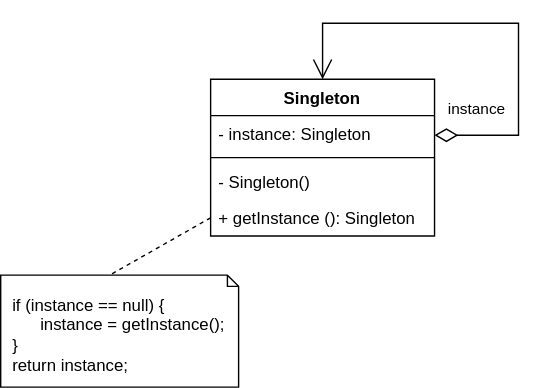
This is assets/images/singleton.svg from arashethis/design-pattern, a draw.io export, as it was before one commit. Source tidied: cells renumbered, new cells last; positions are measured from the earlier drawing's top-left corner, leaving out a move shared by most shapes.
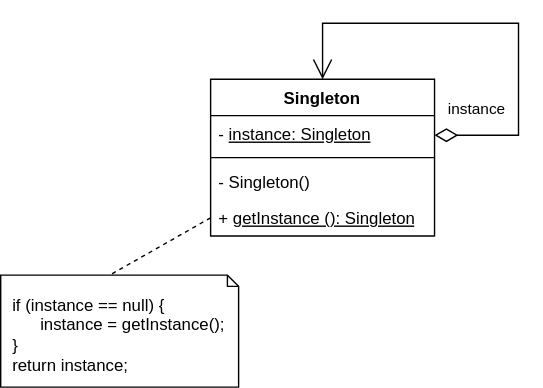
Later version of the same file.

Diff of the diagram source:
```diff
@@ -5,7 +5,7 @@
     <mxCell id="2" value="Singleton" style="swimlane;fontStyle=1;align=center;verticalAlign=top;horizontal=1;startSize=26;whiteSpace=wrap;html=1;" parent="1" vertex="1">
       <mxGeometry x="150" y="40" width="160" height="112" as="geometry" />
     </mxCell>
-    <mxCell id="3" value="- instance: Singleton" style="text;strokeColor=none;fillColor=none;align=left;verticalAlign=top;spacingLeft=4;spacingRight=4;overflow=hidden;whiteSpace=wrap;html=1;" parent="2" vertex="1">
+    <mxCell id="3" value="- &lt;u&gt;instance: Singleton&lt;/u&gt;" style="text;strokeColor=none;fillColor=none;align=left;verticalAlign=top;spacingLeft=4;spacingRight=4;overflow=hidden;whiteSpace=wrap;html=1;" parent="2" vertex="1">
       <mxGeometry y="26" width="160" height="26" as="geometry" />
     </mxCell>
     <mxCell id="4" style="line;strokeWidth=1;fillColor=none;align=left;verticalAlign=middle;spacingTop=-1;spacingLeft=3;spacingRight=3;labelPosition=right;strokeColor=inherit;" parent="2" vertex="1">
@@ -14,7 +14,7 @@
     <mxCell id="5" value="- Singleton()" style="text;strokeColor=none;fillColor=none;align=left;verticalAlign=top;spacingLeft=4;spacingRight=4;overflow=hidden;whiteSpace=wrap;html=1;" parent="2" vertex="1">
       <mxGeometry y="60" width="160" height="26" as="geometry" />
     </mxCell>
-    <mxCell id="6" value="+ getInstance (): Singleton" style="text;strokeColor=none;fillColor=none;align=left;verticalAlign=top;spacingLeft=4;spacingRight=4;overflow=hidden;points=[[0,0.5],[1,0.5]];portConstraint=eastwest;whiteSpace=wrap;html=1;" parent="2" vertex="1">
+    <mxCell id="6" value="+ &lt;u&gt;getInstance (): Singleton&lt;/u&gt;" style="text;strokeColor=none;fillColor=none;align=left;verticalAlign=top;spacingLeft=4;spacingRight=4;overflow=hidden;points=[[0,0.5],[1,0.5]];portConstraint=eastwest;whiteSpace=wrap;html=1;" parent="2" vertex="1">
       <mxGeometry y="86" width="160" height="26" as="geometry" />
     </mxCell>
     <mxCell id="7" value="instance" style="endArrow=open;html=1;endSize=12;startArrow=diamondThin;startSize=14;startFill=0;edgeStyle=orthogonalEdgeStyle;align=left;verticalAlign=bottom;rounded=0;" parent="1" edge="1">
```
